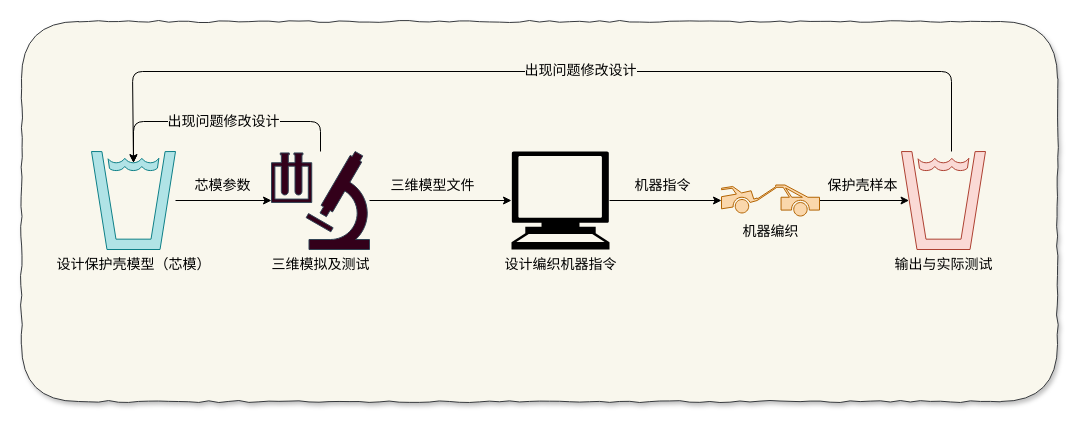
ScarboroughCoral/Draw.io.Storage keeps this draw.io diagram as page "1-编织流程new" (4 of 4) of 毕设.drawio. Above is the earlier version. Source tidied: cells renumbered, new cells numbered last; positions are measured from the earlier drawing's top-left corner, leaving out a move shared by most shapes. Both pictures are drawn from the tidied source at 100%, with x=0, y=0 at pixel (21, 21).
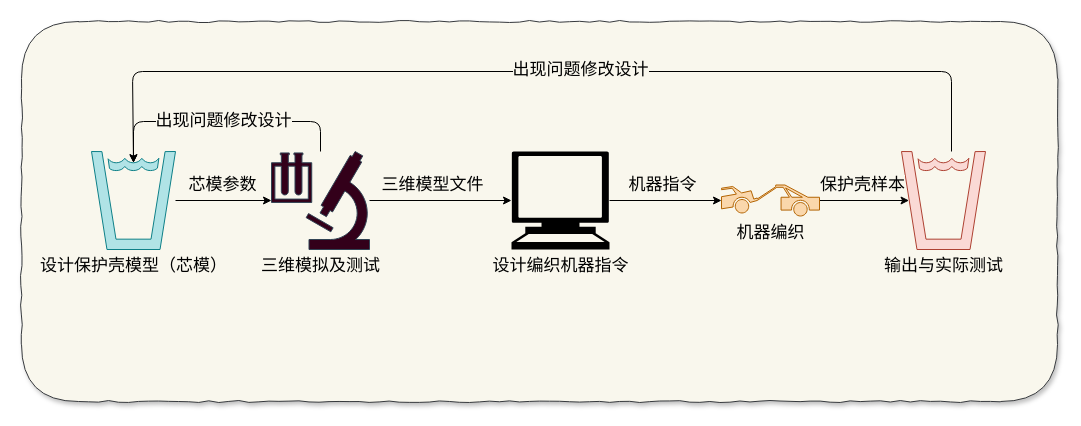
Above is the later version.

Change to the diagram source:
```diff
@@
-    <mxCell id="2" style="rounded=1;whiteSpace=wrap;html=1;fillColor=#f9f7ed;strokeColor=#36393d;fontSize=14;shadow=1;comic=1;" parent="1" vertex="1">
+    <mxCell id="2" style="rounded=1;whiteSpace=wrap;html=1;fillColor=#f9f7ed;strokeColor=#36393d;fontSize=17;shadow=1;comic=1;" parent="1" vertex="1">
       <mxGeometry width="1036" height="380" as="geometry" />
     </mxCell>
-    <mxCell id="3" style="edgeStyle=orthogonalEdgeStyle;rounded=0;jettySize=auto;html=1;entryX=0;entryY=0.5;entryDx=0;entryDy=0;entryPerimeter=0;fontSize=14;" parent="1" edge="1" source="5" target="19">
+    <mxCell id="3" style="edgeStyle=orthogonalEdgeStyle;rounded=0;jettySize=auto;html=1;entryX=0;entryY=0.5;entryDx=0;entryDy=0;entryPerimeter=0;fontSize=17;" parent="1" edge="1" source="5" target="19">
       <mxGeometry relative="1" as="geometry" />
     </mxCell>
-    <mxCell id="4" value="芯模参数" style="text;html=1;align=center;verticalAlign=middle;labelBackgroundColor=#F9F7ED;fontSize=14;fontColor=#000000;" parent="3" vertex="1">
+    <mxCell id="4" value="芯模参数" style="text;html=1;align=center;verticalAlign=middle;labelBackgroundColor=#F9F7ED;fontSize=17;fontColor=#000000;" parent="3" vertex="1">
       <mxGeometry x="0.29" y="3" relative="1" as="geometry">
         <mxPoint x="-16" y="-12.5" as="offset" />
       </mxGeometry>
     </mxCell>
-    <mxCell id="5" value="设计保护壳模型（芯模）" style="shape=mxgraph.signs.food.drinking_water_1;html=1;fillColor=#b0e3e6;strokeColor=#0e8088;verticalLabelPosition=bottom;verticalAlign=top;align=center;fontSize=14;" parent="1" vertex="1">
+    <mxCell id="5" value="设计保护壳模型（芯模）" style="shape=mxgraph.signs.food.drinking_water_1;html=1;fillColor=#b0e3e6;strokeColor=#0e8088;verticalLabelPosition=bottom;verticalAlign=top;align=center;fontSize=17;" parent="1" vertex="1">
       <mxGeometry x="70" y="130" width="84" height="98" as="geometry" />
     </mxCell>
-    <mxCell id="6" style="edgeStyle=orthogonalEdgeStyle;rounded=1;jettySize=auto;html=1;entryX=0.5;entryY=0.115;entryDx=0;entryDy=0;entryPerimeter=0;fontSize=14;" parent="1" edge="1" source="8" target="5">
+    <mxCell id="6" style="edgeStyle=orthogonalEdgeStyle;rounded=1;jettySize=auto;html=1;entryX=0.5;entryY=0.115;entryDx=0;entryDy=0;entryPerimeter=0;fontSize=17;" parent="1" edge="1" source="8" target="5">
       <mxGeometry relative="1" as="geometry">
         <Array as="points">
           <mxPoint x="930" y="50" />
           <mxPoint x="111" y="50" />
         </Array>
       </mxGeometry>
     </mxCell>
-    <mxCell id="7" value="出现问题修改设计" style="text;html=1;align=center;verticalAlign=middle;labelBackgroundColor=#F9F7ED;fontSize=14;" parent="6" vertex="1">
+    <mxCell id="7" value="出现问题修改设计" style="text;html=1;align=center;verticalAlign=middle;labelBackgroundColor=#F9F7ED;fontSize=17;" parent="6" vertex="1">
       <mxGeometry x="-0.12" y="-2" relative="1" as="geometry">
         <mxPoint x="-16" as="offset" />
       </mxGeometry>
     </mxCell>
-    <mxCell id="8" value="输出与实际测试" style="shape=mxgraph.signs.food.drinking_water_1;html=1;fillColor=#fad9d5;strokeColor=#ae4132;verticalLabelPosition=bottom;verticalAlign=top;align=center;fontSize=14;" parent="1" vertex="1">
+    <mxCell id="8" value="输出与实际测试" style="shape=mxgraph.signs.food.drinking_water_1;html=1;fillColor=#fad9d5;strokeColor=#ae4132;verticalLabelPosition=bottom;verticalAlign=top;align=center;fontSize=17;" parent="1" vertex="1">
       <mxGeometry x="880" y="130" width="84" height="98" as="geometry" />
     </mxCell>
-    <mxCell id="9" style="edgeStyle=orthogonalEdgeStyle;rounded=0;jettySize=auto;html=1;entryX=0;entryY=0.5;entryDx=0;entryDy=0;entryPerimeter=0;fontSize=14;" parent="1" edge="1" source="11" target="14">
+    <mxCell id="9" style="edgeStyle=orthogonalEdgeStyle;rounded=0;jettySize=auto;html=1;entryX=0;entryY=0.5;entryDx=0;entryDy=0;entryPerimeter=0;fontSize=17;" parent="1" edge="1" source="11" target="14">
       <mxGeometry relative="1" as="geometry" />
     </mxCell>
-    <mxCell id="10" value="机器指令" style="text;html=1;align=center;verticalAlign=middle;labelBackgroundColor=#F9F7ED;fontSize=14;fontColor=#000000;" parent="9" vertex="1">
+    <mxCell id="10" value="机器指令" style="text;html=1;align=center;verticalAlign=middle;labelBackgroundColor=#F9F7ED;fontSize=17;fontColor=#000000;" parent="9" vertex="1">
       <mxGeometry x="-0.29" y="2" relative="1" as="geometry">
         <mxPoint x="12" y="-13.5" as="offset" />
       </mxGeometry>
     </mxCell>
-    <mxCell id="11" value="设计编织机器指令" style="shape=mxgraph.signs.tech.computer;html=1;fillColor=#000000;strokeColor=none;verticalLabelPosition=bottom;verticalAlign=top;align=center;fontSize=14;" parent="1" vertex="1">
+    <mxCell id="11" value="设计编织机器指令" style="shape=mxgraph.signs.tech.computer;html=1;fillColor=#000000;strokeColor=none;verticalLabelPosition=bottom;verticalAlign=top;align=center;fontSize=17;" parent="1" vertex="1">
       <mxGeometry x="490" y="130" width="98" height="98" as="geometry" />
     </mxCell>
-    <mxCell id="12" style="edgeStyle=orthogonalEdgeStyle;rounded=0;jettySize=auto;html=1;entryX=0.09;entryY=0.5;entryDx=0;entryDy=0;entryPerimeter=0;fontSize=14;" parent="1" edge="1" source="14" target="8">
+    <mxCell id="12" style="edgeStyle=orthogonalEdgeStyle;rounded=0;jettySize=auto;html=1;entryX=0.09;entryY=0.5;entryDx=0;entryDy=0;entryPerimeter=0;fontSize=17;" parent="1" edge="1" source="14" target="8">
       <mxGeometry relative="1" as="geometry" />
     </mxCell>
-    <mxCell id="13" value="保护壳样本" style="text;html=1;align=center;verticalAlign=middle;labelBackgroundColor=#F9F7ED;fontSize=14;fontColor=#000000;" parent="12" vertex="1">
+    <mxCell id="13" value="保护壳样本" style="text;html=1;align=center;verticalAlign=middle;labelBackgroundColor=#F9F7ED;fontSize=17;fontColor=#000000;" parent="12" vertex="1">
       <mxGeometry x="-0.24" relative="1" as="geometry">
         <mxPoint x="8" y="-15.5" as="offset" />
       </mxGeometry>
     </mxCell>
-    <mxCell id="14" value="机器编织" style="shape=mxgraph.signs.transportation.tow_away;html=1;fillColor=#fad7ac;strokeColor=#b46504;verticalLabelPosition=bottom;verticalAlign=top;align=center;fontSize=14;" parent="1" vertex="1">
+    <mxCell id="14" value="机器编织" style="shape=mxgraph.signs.transportation.tow_away;html=1;fillColor=#fad7ac;strokeColor=#b46504;verticalLabelPosition=bottom;verticalAlign=top;align=center;fontSize=17;" parent="1" vertex="1">
       <mxGeometry x="700" y="163.5" width="98" height="31" as="geometry" />
     </mxCell>
-    <mxCell id="15" style="edgeStyle=orthogonalEdgeStyle;rounded=0;jettySize=auto;html=1;entryX=0;entryY=0.5;entryDx=0;entryDy=0;entryPerimeter=0;fontSize=14;" parent="1" edge="1" source="19" target="11">
+    <mxCell id="15" style="edgeStyle=orthogonalEdgeStyle;rounded=0;jettySize=auto;html=1;entryX=0;entryY=0.5;entryDx=0;entryDy=0;entryPerimeter=0;fontSize=17;" parent="1" edge="1" source="19" target="11">
       <mxGeometry relative="1" as="geometry" />
     </mxCell>
-    <mxCell id="16" value="三维模型文件" style="text;html=1;align=center;verticalAlign=middle;labelBackgroundColor=#F9F7ED;fontSize=14;fontColor=#000000;" parent="15" vertex="1">
+    <mxCell id="16" value="三维模型文件" style="text;html=1;align=center;verticalAlign=middle;labelBackgroundColor=#F9F7ED;fontSize=17;fontColor=#000000;" parent="15" vertex="1">
       <mxGeometry x="-0.28" relative="1" as="geometry">
         <mxPoint x="11" y="-15.5" as="offset" />
       </mxGeometry>
     </mxCell>
-    <mxCell id="17" style="edgeStyle=orthogonalEdgeStyle;rounded=1;jettySize=auto;html=1;entryX=0.5;entryY=0.115;entryDx=0;entryDy=0;entryPerimeter=0;fontColor=#000000;fontSize=14;" parent="1" edge="1" source="19" target="5">
+    <mxCell id="17" style="edgeStyle=orthogonalEdgeStyle;rounded=1;jettySize=auto;html=1;entryX=0.5;entryY=0.115;entryDx=0;entryDy=0;entryPerimeter=0;fontColor=#000000;fontSize=17;" parent="1" edge="1" source="19" target="5">
       <mxGeometry relative="1" as="geometry">
         <Array as="points">
           <mxPoint x="299" y="100" />
           <mxPoint x="112" y="100" />
         </Array>
       </mxGeometry>
     </mxCell>
-    <mxCell id="18" value="出现问题修改设计" style="text;html=1;align=center;verticalAlign=middle;labelBackgroundColor=#F9F7ED;fontColor=#000000;fontSize=14;" parent="17" vertex="1">
+    <mxCell id="18" value="出现问题修改设计" style="text;html=1;align=center;verticalAlign=middle;labelBackgroundColor=#F9F7ED;fontColor=#000000;fontSize=17;" parent="17" vertex="1">
       <mxGeometry x="0.2" y="-1" relative="1" as="geometry">
         <mxPoint x="27" as="offset" />
       </mxGeometry>
     </mxCell>
-    <mxCell id="19" value="三维模拟及测试" style="shape=mxgraph.signs.science.laboratory;html=1;verticalLabelPosition=bottom;verticalAlign=top;align=center;fillColor=#33001A;strokeColor=#314354;fontColor=#000000;fontSize=14;" parent="1" vertex="1">
+    <mxCell id="19" value="三维模拟及测试" style="shape=mxgraph.signs.science.laboratory;html=1;verticalLabelPosition=bottom;verticalAlign=top;align=center;fillColor=#33001A;strokeColor=#314354;fontColor=#000000;fontSize=17;" parent="1" vertex="1">
       <mxGeometry x="250" y="130" width="98" height="98" as="geometry" />
     </mxCell>
```
